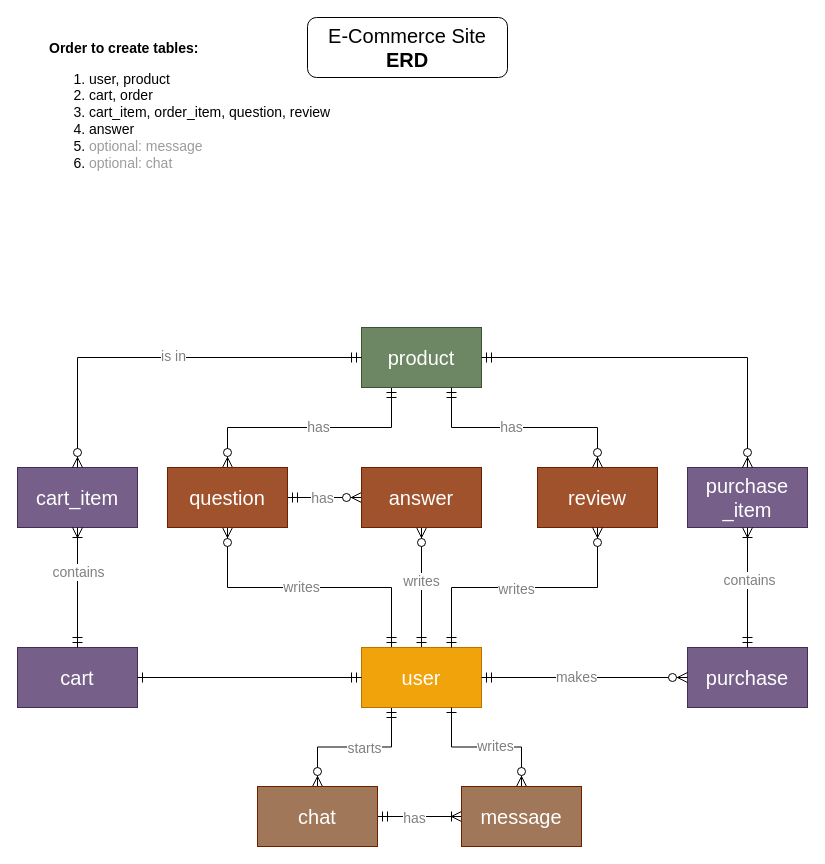
This is page "2b_ERD" (3 of 4) of RequirementsAnalysis/db-design_e-commerce.drawio from RichardAlmer/FullStack-Project, a draw.io file, before an edit. Source tidied: cells renumbered, new cells numbered last; positions are measured from the earlier drawing's top-left corner, leaving out a move shared by most shapes. Both pictures are drawn from the tidied source at 100%, with x=0, y=0 at pixel (17, 17).
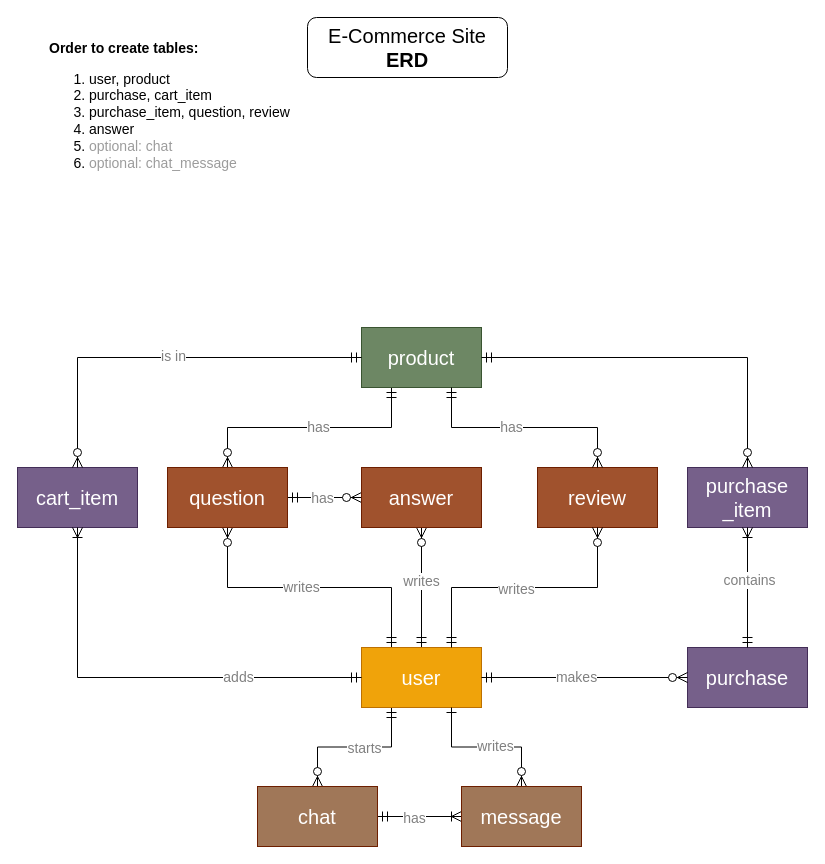
The same page after the edit.

Unchanged cells that the change refers to:
```xml
<mxCell id="9" value="user" style="rounded=0;whiteSpace=wrap;html=1;fontSize=20;fillColor=#f0a30a;strokeColor=#BD7000;fontColor=#ffffff;" parent="1" vertex="1">
  <mxGeometry x="344" y="630" width="120" height="60" as="geometry" />
</mxCell>
<mxCell id="15" value="cart_item" style="rounded=0;whiteSpace=wrap;html=1;fontSize=20;fillColor=#76608a;strokeColor=#432D57;fontColor=#ffffff;" parent="1" vertex="1">
  <mxGeometry y="450" width="120" height="60" as="geometry" />
</mxCell>
```

What changed in the source:
```diff
@@
-    <mxCell id="14" value="cart" style="rounded=0;whiteSpace=wrap;html=1;fontSize=20;fillColor=#76608a;strokeColor=#432D57;fontColor=#ffffff;" parent="1" vertex="1">
-      <mxGeometry y="630" width="120" height="60" as="geometry" />
-    </mxCell>
@@
-    <mxCell id="20" style="rounded=0;jettySize=auto;html=1;startArrow=ERmandOne;startFill=0;endArrow=ERone;endFill=0;fontSize=20;exitX=0;exitY=0.5;exitDx=0;exitDy=0;strokeWidth=1;endSize=8;startSize=8;edgeStyle=orthogonalEdgeStyle;entryX=1;entryY=0.5;entryDx=0;entryDy=0;" parent="1" edge="1" source="9" target="14">
-      <mxGeometry relative="1" as="geometry" />
-    </mxCell>
@@
-    <mxCell id="23" style="rounded=0;jettySize=auto;html=1;exitX=0.5;exitY=1;exitDx=0;exitDy=0;entryX=0.5;entryY=0;entryDx=0;entryDy=0;startArrow=ERoneToMany;startFill=0;startSize=8;endArrow=ERmandOne;endFill=0;endSize=8;strokeWidth=1;edgeStyle=orthogonalEdgeStyle;" parent="1" edge="1" source="15" target="14">
+    <mxCell id="23" style="rounded=0;jettySize=auto;html=1;exitX=0.5;exitY=1;exitDx=0;exitDy=0;entryX=0;entryY=0.5;entryDx=0;entryDy=0;startArrow=ERoneToMany;startFill=0;startSize=8;endArrow=ERmandOne;endFill=0;endSize=8;strokeWidth=1;edgeStyle=orthogonalEdgeStyle;" parent="1" edge="1" source="15" target="9">
       <mxGeometry relative="1" as="geometry" />
     </mxCell>
-    <mxCell id="24" value="contains" style="edgeLabel;html=1;align=center;verticalAlign=middle;fontSize=14;fontColor=#808080;" parent="23" vertex="1">
+    <mxCell id="24" value="adds" style="edgeLabel;html=1;align=center;verticalAlign=middle;fontSize=14;fontColor=#808080;" parent="23" vertex="1">
       <mxGeometry x="-0.27" y="2" relative="1" as="geometry">
-        <mxPoint x="-2" as="offset" />
+        <mxPoint x="152.3" y="1.9" as="offset" />
       </mxGeometry>
     </mxCell>
@@
-    <mxCell id="35" value="&lt;b&gt;Order to create tables:&lt;/b&gt;&lt;br&gt;&lt;ol&gt;&lt;li&gt;user, product&lt;/li&gt;&lt;li&gt;cart, order&lt;/li&gt;&lt;li&gt;cart_item, order_item, question, review&lt;/li&gt;&lt;li&gt;answer&lt;/li&gt;&lt;li&gt;&lt;font color=&quot;#9c9c9c&quot;&gt;&lt;span&gt;optional: message&lt;/span&gt;&lt;br&gt;&lt;/font&gt;&lt;/li&gt;&lt;li&gt;&lt;span&gt;&lt;font color=&quot;#9c9c9c&quot;&gt;optional: chat&lt;/font&gt;&lt;/span&gt;&lt;/li&gt;&lt;/ol&gt;" style="text;html=1;strokeColor=none;fillColor=none;align=left;verticalAlign=middle;whiteSpace=wrap;rounded=0;fontSize=14;" parent="1" vertex="1">
+    <mxCell id="35" value="&lt;b&gt;Order to create tables:&lt;/b&gt;&lt;br&gt;&lt;ol&gt;&lt;li&gt;user, product&lt;/li&gt;&lt;li&gt;purchase, cart_item&lt;/li&gt;&lt;li&gt;purchase_item, question, review&lt;/li&gt;&lt;li&gt;answer&lt;/li&gt;&lt;li&gt;&lt;font color=&quot;#9c9c9c&quot;&gt;&lt;span&gt;optional: chat&lt;/span&gt;&lt;br&gt;&lt;/font&gt;&lt;/li&gt;&lt;li&gt;&lt;span&gt;&lt;font color=&quot;#9c9c9c&quot;&gt;optional: chat_message&lt;/font&gt;&lt;/span&gt;&lt;/li&gt;&lt;/ol&gt;" style="text;html=1;strokeColor=none;fillColor=none;align=left;verticalAlign=middle;whiteSpace=wrap;rounded=0;fontSize=14;" parent="1" vertex="1">
       <mxGeometry x="30" y="10" width="300" height="170" as="geometry" />
     </mxCell>
```
